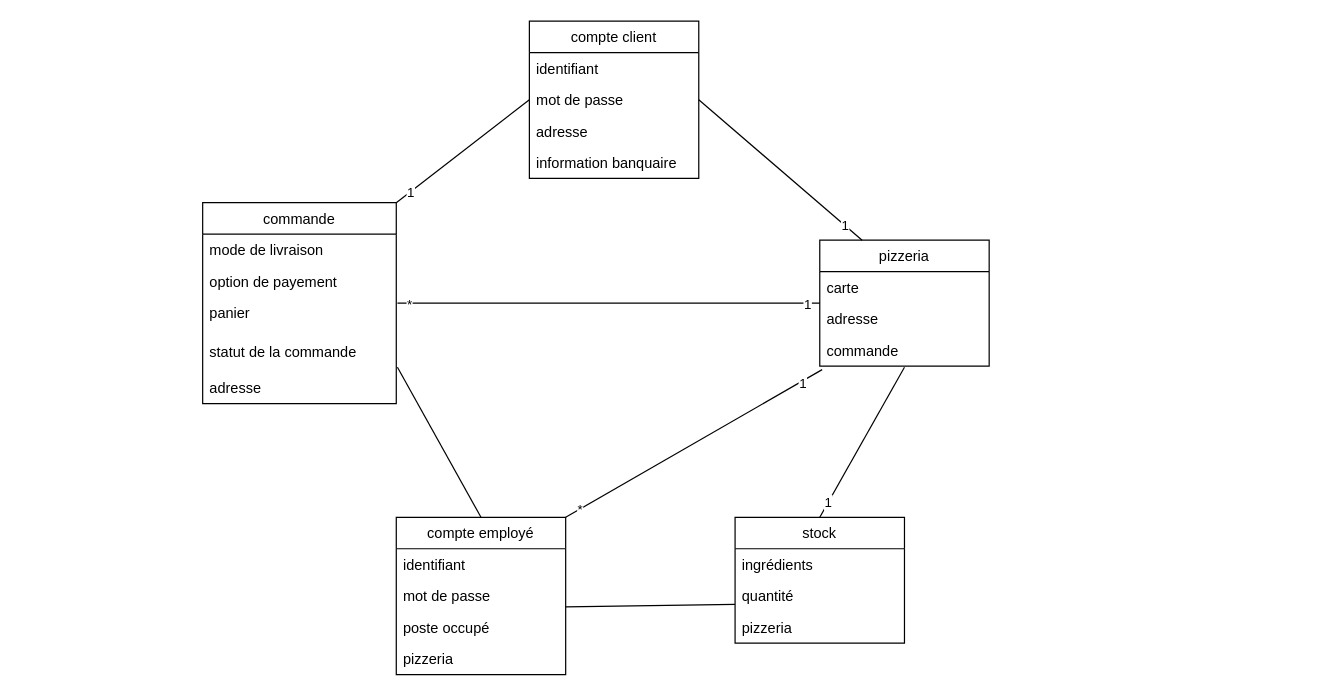
This is page "diagramme de classe" (8 of 12) of diagrammes réunis.drawio from robindauteuil/Diagramme_UML, a draw.io file, before an edit. Source tidied: cells renumbered, new cells numbered last; positions are measured from the earlier drawing's top-left corner, leaving out a move shared by most shapes. Both pictures are drawn from the tidied source at 121%, with x=0, y=0 at pixel (202, 21).
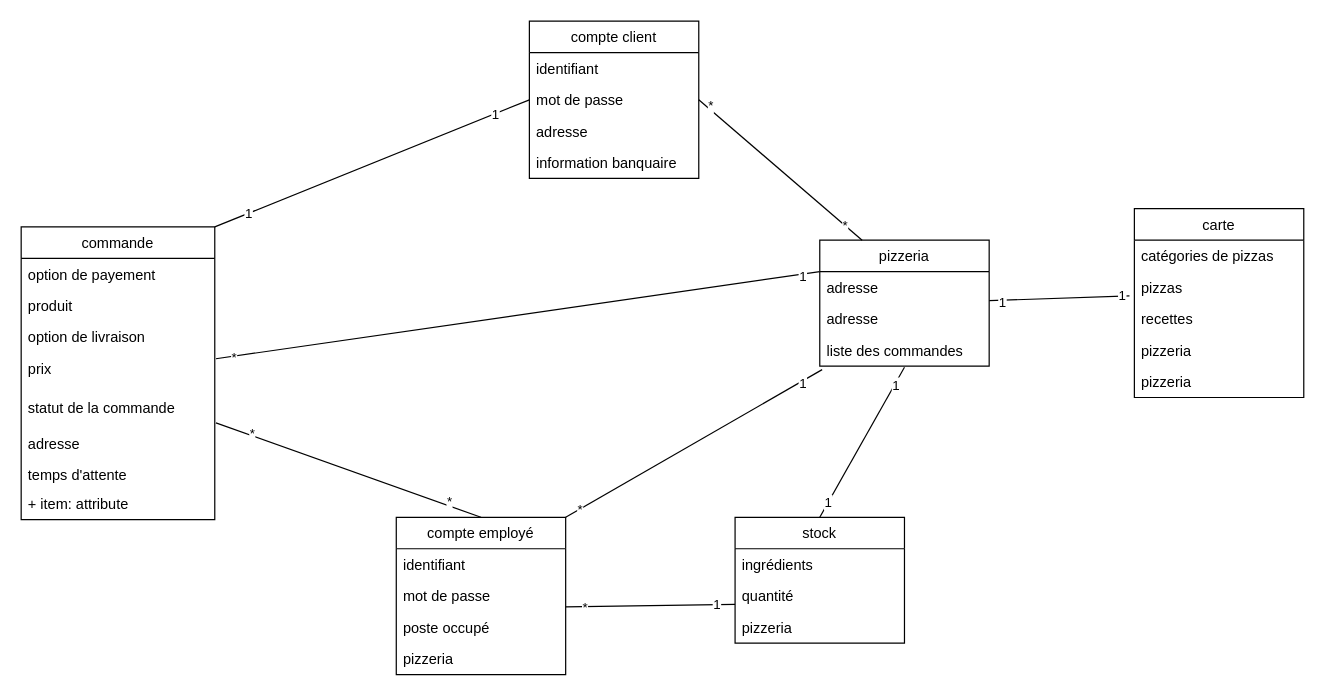
Above is the later version.

Unchanged cells that the change refers to:
```xml
<mxCell id="10" value="mot de passe " style="text;strokeColor=none;fillColor=none;align=left;verticalAlign=top;spacingLeft=4;spacingRight=4;overflow=hidden;points=[[0,0.5],[1,0.5]];portConstraint=eastwest;" parent="8" vertex="1">
  <mxGeometry y="52" width="140" height="26" as="geometry" />
</mxCell>
<mxCell id="13" value="pizzeria" style="swimlane;fontStyle=0;horizontal=1;startSize=26;fillColor=none;" parent="1" vertex="1">
  <mxGeometry x="510" y="181" width="140" height="104" as="geometry" />
</mxCell>
<mxCell id="26" style="endArrow=none;html=1;exitX=1;exitY=0.846;exitDx=0;exitDy=0;exitPerimeter=0;entryX=0;entryY=0.769;entryDx=0;entryDy=0;entryPerimeter=0;" parent="1" edge="1" source="19" target="24">
  <mxGeometry relative="1" as="geometry" />
</mxCell>
<mxCell id="27" style="endArrow=none;html=1;exitX=0.5;exitY=0;exitDx=0;exitDy=0;entryX=0.5;entryY=1.038;entryDx=0;entryDy=0;entryPerimeter=0;" parent="1" edge="1" source="22" target="16">
  <mxGeometry relative="1" as="geometry" />
</mxCell>
<mxCell id="32" style="endArrow=none;html=1;exitX=0;exitY=0.5;exitDx=0;exitDy=0;entryX=1;entryY=0;entryDx=0;entryDy=0;" parent="1" edge="1" source="10" target="2">
  <mxGeometry relative="1" as="geometry" />
</mxCell>
<mxCell id="36" style="endArrow=none;html=1;exitX=0.5;exitY=0;exitDx=0;exitDy=0;entryX=1.006;entryY=0.867;entryDx=0;entryDy=0;entryPerimeter=0;" parent="1" edge="1" source="17" target="6">
  <mxGeometry relative="1" as="geometry" />
</mxCell>
```

Diff of the diagram source:
```diff
@@
     <mxCell id="2" value="commande" style="swimlane;fontStyle=0;horizontal=1;startSize=26;fillColor=none;" parent="1" vertex="1">
-      <mxGeometry y="150" width="160" height="166" as="geometry" />
+      <mxGeometry x="-150" y="170" width="160" height="242" as="geometry" />
     </mxCell>
-    <mxCell id="3" value="mode de livraison" style="text;strokeColor=none;fillColor=none;align=left;verticalAlign=top;spacingLeft=4;spacingRight=4;overflow=hidden;" parent="2" vertex="1">
-      <mxGeometry y="26" width="160" height="26" as="geometry" />
-    </mxCell>
     <mxCell id="4" value="option de payement" style="text;strokeColor=none;fillColor=none;align=left;verticalAlign=top;spacingLeft=4;spacingRight=4;overflow=hidden;" parent="2" vertex="1">
-      <mxGeometry y="52" width="160" height="26" as="geometry" />
+      <mxGeometry y="26" width="160" height="26" as="geometry" />
     </mxCell>
+    <mxCell id="40" value="produit" style="text;strokeColor=none;fillColor=none;align=left;verticalAlign=top;spacingLeft=4;spacingRight=4;overflow=hidden;" parent="2" vertex="1">
+      <mxGeometry y="52" width="160" height="26" as="geometry" />
+    </mxCell>
+    <mxCell id="41" value="option de livraison" style="text;strokeColor=none;fillColor=none;align=left;verticalAlign=top;spacingLeft=4;spacingRight=4;overflow=hidden;" parent="2" vertex="1">
+      <mxGeometry y="78" width="160" height="26" as="geometry" />
+    </mxCell>
-    <mxCell id="5" value="panier" style="text;strokeColor=none;fillColor=none;align=left;verticalAlign=top;spacingLeft=4;spacingRight=4;overflow=hidden;points=[[0,0.5],[1,0.5]];portConstraint=eastwest;" parent="2" vertex="1">
-      <mxGeometry y="78" width="160" height="32" as="geometry" />
+    <mxCell id="5" value="prix" style="text;strokeColor=none;fillColor=none;align=left;verticalAlign=top;spacingLeft=4;spacingRight=4;overflow=hidden;points=[[0,0.5],[1,0.5]];portConstraint=eastwest;" parent="2" vertex="1">
+      <mxGeometry y="104" width="160" height="32" as="geometry" />
     </mxCell>
     <mxCell id="6" value="statut de la commande" style="text;strokeColor=none;fillColor=none;align=left;verticalAlign=top;spacingLeft=4;spacingRight=4;overflow=hidden;points=[[0,0.5],[1,0.5]];portConstraint=eastwest;" parent="2" vertex="1">
-      <mxGeometry y="110" width="160" height="30" as="geometry" />
+      <mxGeometry y="136" width="160" height="30" as="geometry" />
     </mxCell>
     <mxCell id="7" value="adresse" style="text;strokeColor=none;fillColor=none;align=left;verticalAlign=top;spacingLeft=4;spacingRight=4;overflow=hidden;" parent="2" vertex="1">
-      <mxGeometry y="140" width="160" height="26" as="geometry" />
+      <mxGeometry y="166" width="160" height="26" as="geometry" />
     </mxCell>
+    <mxCell id="42" value="temps d'attente" style="text;strokeColor=none;fillColor=none;align=left;verticalAlign=top;spacingLeft=4;spacingRight=4;overflow=hidden;" parent="2" vertex="1">
+      <mxGeometry y="192" width="160" height="24" as="geometry" />
+    </mxCell>
+    <mxCell id="43" value="+ item: attribute" style="text;strokeColor=none;fillColor=none;align=left;verticalAlign=top;spacingLeft=4;spacingRight=4;overflow=hidden;" parent="2" vertex="1">
+      <mxGeometry y="216" width="160" height="26" as="geometry" />
+    </mxCell>
@@
-    <mxCell id="14" value="carte" style="text;strokeColor=none;fillColor=none;align=left;verticalAlign=top;spacingLeft=4;spacingRight=4;overflow=hidden;" parent="13" vertex="1">
-      <mxGeometry y="26" width="140" height="26" as="geometry" />
-    </mxCell>
     <mxCell id="15" value="adresse" style="text;strokeColor=none;fillColor=none;align=left;verticalAlign=top;spacingLeft=4;spacingRight=4;overflow=hidden;points=[[0,0.5],[1,0.5]];portConstraint=eastwest;" parent="13" vertex="1">
-      <mxGeometry y="52" width="140" height="26" as="geometry" />
+      <mxGeometry y="26" width="140" height="26" as="geometry" />
     </mxCell>
+    <mxCell id="44" value="adresse" style="text;strokeColor=none;fillColor=none;align=left;verticalAlign=top;spacingLeft=4;spacingRight=4;overflow=hidden;" parent="13" vertex="1">
+      <mxGeometry y="52" width="140" height="26" as="geometry" />
+    </mxCell>
-    <mxCell id="16" value="commande" style="text;strokeColor=none;fillColor=none;align=left;verticalAlign=top;spacingLeft=4;spacingRight=4;overflow=hidden;points=[[0,0.5],[1,0.5]];portConstraint=eastwest;" parent="13" vertex="1">
+    <mxCell id="16" value="liste des commandes" style="text;strokeColor=none;fillColor=none;align=left;verticalAlign=top;spacingLeft=4;spacingRight=4;overflow=hidden;points=[[0,0.5],[1,0.5]];portConstraint=eastwest;" parent="13" vertex="1">
       <mxGeometry y="78" width="140" height="26" as="geometry" />
     </mxCell>
@@
+    <mxCell id="45" value="*" style="edgeLabel;html=1;align=center;verticalAlign=middle;" parent="26" vertex="1">
+      <mxGeometry x="-0.79" y="-1" relative="1" as="geometry" />
+    </mxCell>
+    <mxCell id="46" value="1" style="edgeLabel;html=1;align=center;verticalAlign=middle;" parent="26" vertex="1">
+      <mxGeometry x="0.79" y="1" relative="1" as="geometry" />
+    </mxCell>
@@
+    <mxCell id="47" value="1" style="edgeLabel;html=1;align=center;verticalAlign=middle;" parent="27" vertex="1">
+      <mxGeometry x="0.77" y="-1" relative="1" as="geometry" />
+    </mxCell>
@@
+    <mxCell id="48" value="1" style="edgeLabel;html=1;align=center;verticalAlign=middle;" parent="32" vertex="1">
+      <mxGeometry x="-0.78" relative="1" as="geometry" />
+    </mxCell>
-    <mxCell id="34" style="endArrow=none;html=1;entryX=1;entryY=0.5;entryDx=0;entryDy=0;exitX=0.25;exitY=0;exitDx=0;exitDy=0;" parent="1" edge="1" source="13" target="10">
-      <mxGeometry relative="1" as="geometry" />
+    <mxCell id="34" value="*" style="endArrow=none;html=1;entryX=1;entryY=0.5;entryDx=0;entryDy=0;exitX=0.25;exitY=0;exitDx=0;exitDy=0;" parent="1" edge="1" source="13" target="10">
+      <mxGeometry x="0.88" y="-3" relative="1" as="geometry" />
     </mxCell>
-    <mxCell id="35" value="1" style="edgeLabel;html=1;align=center;verticalAlign=middle;" parent="34" vertex="1">
+    <mxCell id="35" value="*" style="edgeLabel;html=1;align=center;verticalAlign=middle;" parent="34" vertex="1">
       <mxGeometry x="-0.79" relative="1" as="geometry" />
     </mxCell>
@@
+    <mxCell id="49" value="*" style="edgeLabel;html=1;align=center;verticalAlign=middle;" parent="36" vertex="1">
+      <mxGeometry x="0.74" y="-3" relative="1" as="geometry">
+        <mxPoint y="1" as="offset" />
+      </mxGeometry>
+    </mxCell>
+    <mxCell id="50" value="*" style="edgeLabel;html=1;align=center;verticalAlign=middle;" parent="36" vertex="1">
+      <mxGeometry x="-0.74" y="-4" relative="1" as="geometry" />
+    </mxCell>
@@
+    <mxCell id="14" value="carte" style="swimlane;fontStyle=0;horizontal=1;startSize=26;fillColor=none;" parent="1" vertex="1">
+      <mxGeometry x="770" y="155" width="140" height="156" as="geometry" />
+    </mxCell>
+    <mxCell id="51" value="catégories de pizzas&#10;" style="text;strokeColor=none;fillColor=none;align=left;verticalAlign=top;spacingLeft=4;spacingRight=4;overflow=hidden;" parent="14" vertex="1">
+      <mxGeometry y="26" width="140" height="26" as="geometry" />
+    </mxCell>
+    <mxCell id="52" value="pizzas" style="text;strokeColor=none;fillColor=none;align=left;verticalAlign=top;spacingLeft=4;spacingRight=4;overflow=hidden;points=[[0,0.5],[1,0.5]];portConstraint=eastwest;" parent="14" vertex="1">
+      <mxGeometry y="52" width="140" height="26" as="geometry" />
+    </mxCell>
+    <mxCell id="53" value="recettes" style="text;strokeColor=none;fillColor=none;align=left;verticalAlign=top;spacingLeft=4;spacingRight=4;overflow=hidden;" parent="14" vertex="1">
+      <mxGeometry y="78" width="140" height="26" as="geometry" />
+    </mxCell>
+    <mxCell id="54" value="pizzeria" style="text;strokeColor=none;fillColor=none;align=left;verticalAlign=top;spacingLeft=4;spacingRight=4;overflow=hidden;" parent="14" vertex="1">
+      <mxGeometry y="104" width="140" height="26" as="geometry" />
+    </mxCell>
+    <mxCell id="55" value="pizzeria" style="text;strokeColor=none;fillColor=none;align=left;verticalAlign=top;spacingLeft=4;spacingRight=4;overflow=hidden;" parent="14" vertex="1">
+      <mxGeometry y="130" width="140" height="26" as="geometry" />
+    </mxCell>
+    <mxCell id="56" style="endArrow=none;html=1;rounded=0;entryX=-0.029;entryY=0.769;entryDx=0;entryDy=0;entryPerimeter=0;" parent="1" edge="1" target="52">
+      <mxGeometry relative="1" as="geometry">
+        <mxPoint x="650" y="231" as="sourcePoint" />
+      </mxGeometry>
+    </mxCell>
+    <mxCell id="57" value="1" style="edgeLabel;html=1;align=center;verticalAlign=middle;" parent="56" vertex="1">
+      <mxGeometry x="-0.45" y="-4" relative="1" as="geometry">
+        <mxPoint x="-22" y="-1" as="offset" />
+      </mxGeometry>
+    </mxCell>
+    <mxCell id="58" value="1" style="edgeLabel;html=1;align=center;verticalAlign=middle;" parent="56" vertex="1">
+      <mxGeometry x="0.74" y="1" relative="1" as="geometry">
+        <mxPoint x="9" as="offset" />
+      </mxGeometry>
+    </mxCell>
```
